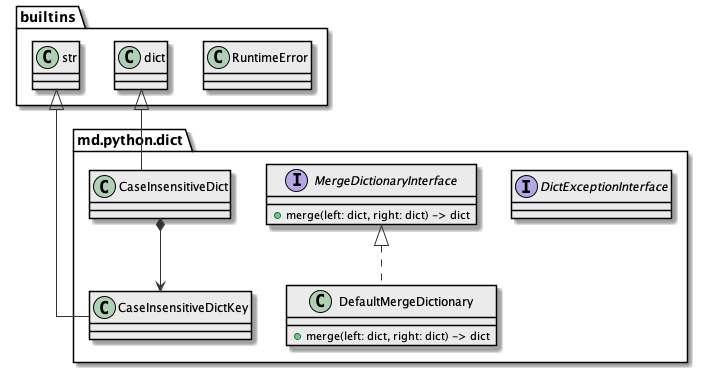
This is docs/_static/architecture-overview.class-diagram.png from md-py/md.python.dict, a PlantUML export, as it was before one commit.
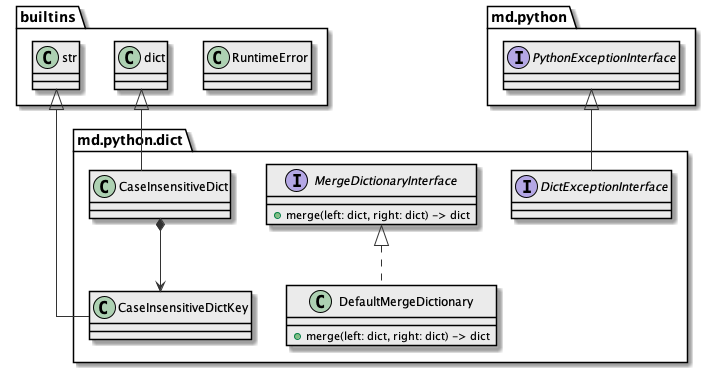
Above is the later version.

The edit, as a diff of the source:
```diff
@@ -14,8 +14,12 @@
   class builtins.dict {}
 }
 
+package md.python {
+  interface md.python.PythonExceptionInterface {}
+}
+
 package md.python.dict {
-  interface DictExceptionInterface {}
+  interface DictExceptionInterface extends md.python.PythonExceptionInterface {}
   interface MergeDictionaryInterface {
     + merge(left: dict, right: dict) -> dict
   }
```
